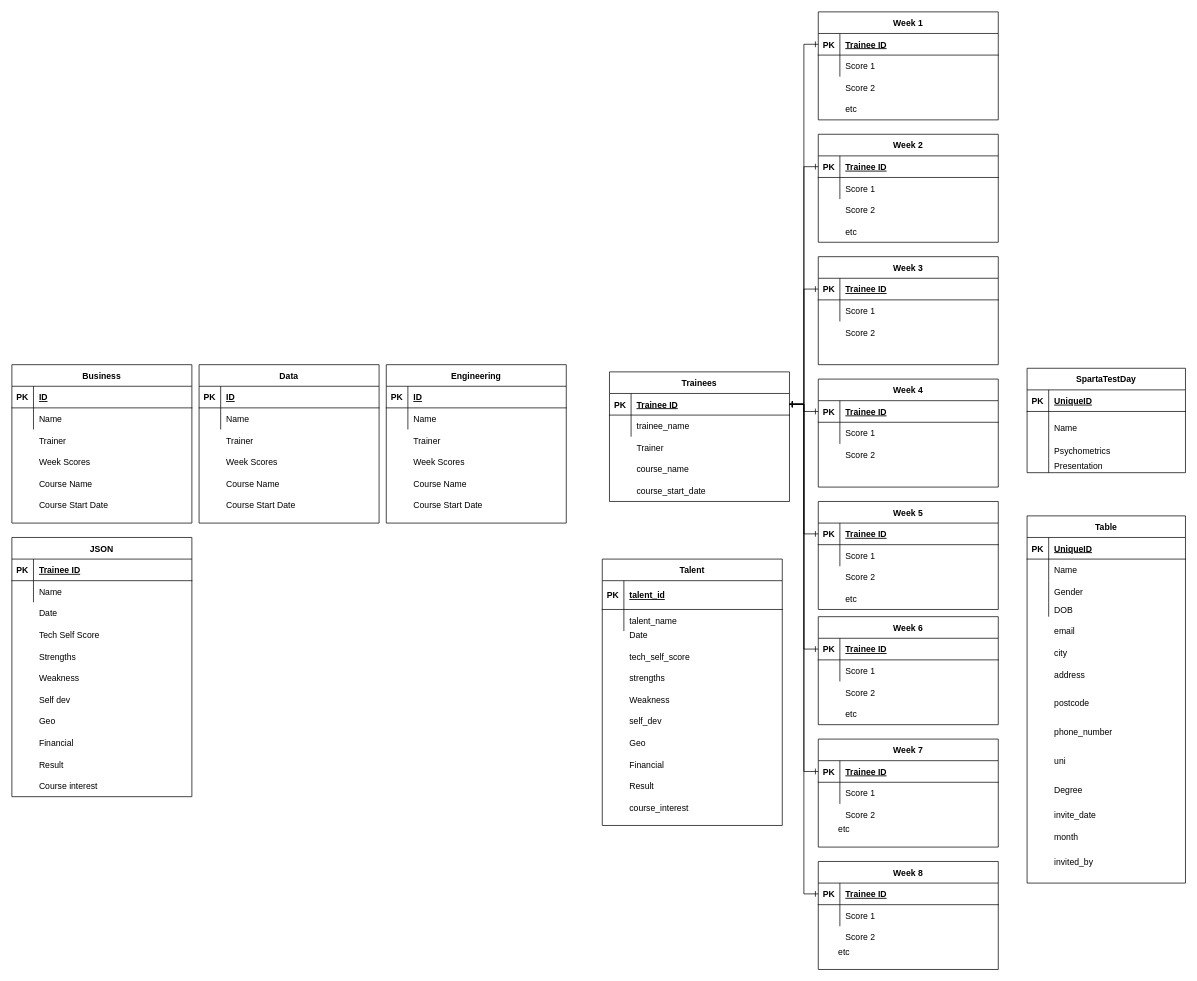
Above: Data_28_Group_2_ERD.drawio in Niam99/ETLpipeline (draw.io), before the change. Source tidied: cells renumbered, new cells numbered last; positions are measured from the earlier drawing's top-left corner, leaving out a move shared by most shapes. Both pictures are drawn from the tidied source at 72%, with x=0, y=0 at pixel (12, 12).
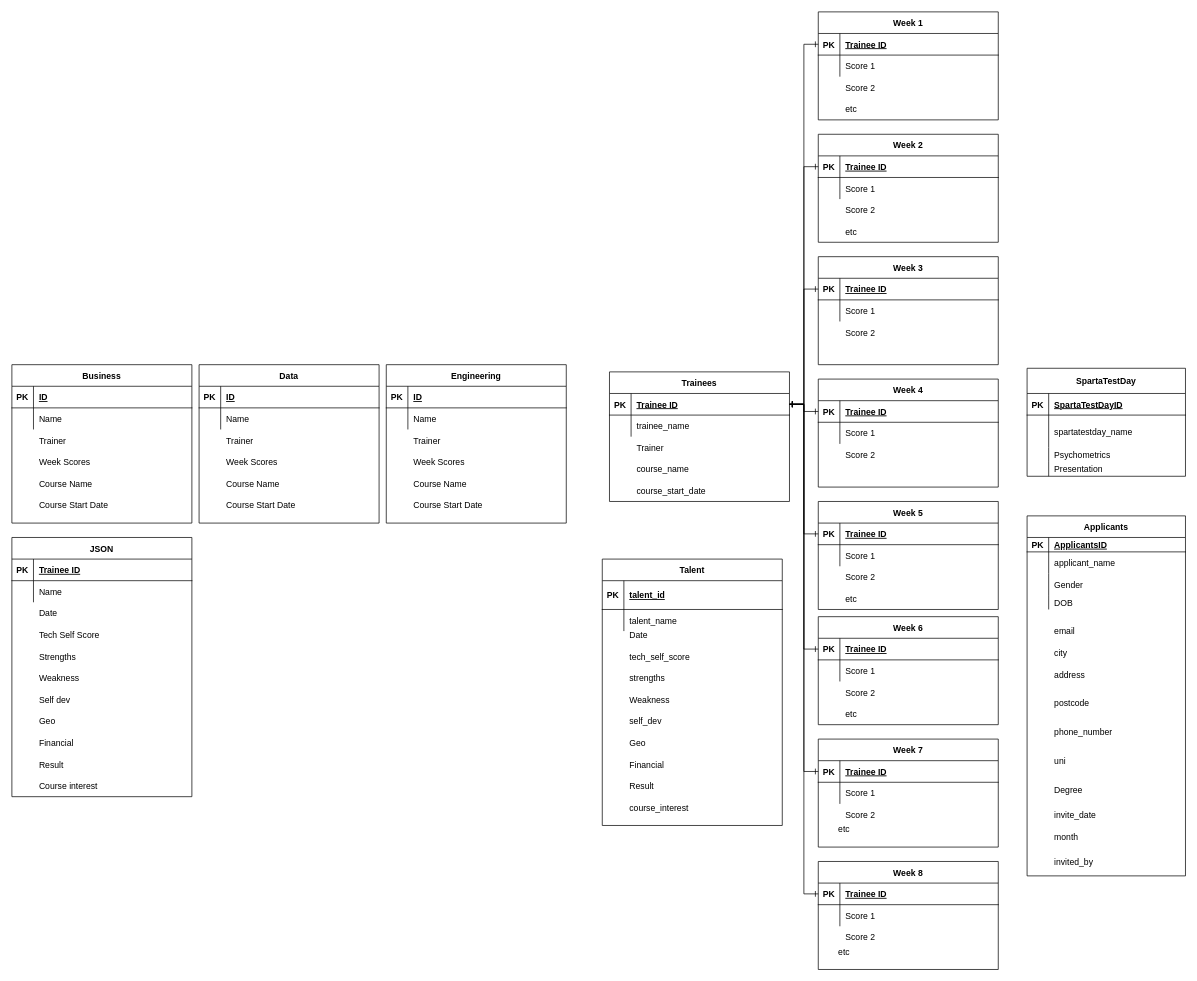
The same diagram, later.

Diff of the diagram source:
```diff
@@
-    <mxCell id="212" value="SpartaTestDay" style="shape=table;startSize=30;childLayout=tableLayout;rowLines=0;fontStyle=1;align=center;" parent="1" vertex="1">
-      <mxGeometry x="1410" y="495" width="220" height="145" as="geometry" />
+    <mxCell id="212" value="SpartaTestDay" style="shape=table;startSize=35;childLayout=tableLayout;rowLines=0;fontStyle=1;align=center;" parent="1" vertex="1">
+      <mxGeometry x="1410" y="495" width="220" height="150" as="geometry" />
     </mxCell>
     <mxCell id="213" style="shape=tableRow;horizontal=0;startSize=0;swimlaneHead=0;swimlaneBody=0;fillColor=none;top=0;left=0;right=0;bottom=1;" parent="212" vertex="1">
-      <mxGeometry y="30" width="220" height="30" as="geometry" />
+      <mxGeometry y="35" width="220" height="30" as="geometry" />
     </mxCell>
@@
-    <mxCell id="215" value="UniqueID" style="shape=partialRectangle;fillColor=none;top=0;left=0;bottom=0;right=0;align=left;spacingLeft=6;fontStyle=5;overflow=hidden;" parent="213" vertex="1">
+    <mxCell id="215" value="SpartaTestDayID" style="shape=partialRectangle;fillColor=none;top=0;left=0;bottom=0;right=0;align=left;spacingLeft=6;fontStyle=5;overflow=hidden;" parent="213" vertex="1">
       <mxGeometry x="30" width="190" height="30" as="geometry" />
     </mxCell>
     <mxCell id="216" style="shape=tableRow;horizontal=0;startSize=0;swimlaneHead=0;swimlaneBody=0;fillColor=none;top=0;left=0;right=0;bottom=0;" parent="212" vertex="1">
-      <mxGeometry y="60" width="220" height="45" as="geometry" />
+      <mxGeometry y="65" width="220" height="45" as="geometry" />
     </mxCell>
@@
-    <mxCell id="218" value="Name" style="shape=partialRectangle;fillColor=none;top=0;left=0;bottom=0;right=0;align=left;spacingLeft=6;overflow=hidden;" parent="216" vertex="1">
+    <mxCell id="218" value="spartatestday_name" style="shape=partialRectangle;fillColor=none;top=0;left=0;bottom=0;right=0;align=left;spacingLeft=6;overflow=hidden;" parent="216" vertex="1">
       <mxGeometry x="30" width="190" height="45" as="geometry" />
     </mxCell>
     <mxCell id="219" style="shape=tableRow;horizontal=0;startSize=0;swimlaneHead=0;swimlaneBody=0;fillColor=none;top=0;left=0;right=0;bottom=0;" parent="212" vertex="1">
-      <mxGeometry y="105" width="220" height="20" as="geometry" />
+      <mxGeometry y="110" width="220" height="20" as="geometry" />
     </mxCell>
@@
     <mxCell id="222" style="shape=tableRow;horizontal=0;startSize=0;swimlaneHead=0;swimlaneBody=0;fillColor=none;top=0;left=0;right=0;bottom=0;" parent="212" vertex="1">
-      <mxGeometry y="125" width="220" height="20" as="geometry" />
+      <mxGeometry y="130" width="220" height="20" as="geometry" />
     </mxCell>
@@
-    <mxCell id="225" value="Table" style="shape=table;startSize=30;childLayout=tableLayout;rowLines=0;fontStyle=1;align=center;" parent="1" vertex="1">
-      <mxGeometry x="1410" y="700" width="220" height="510" as="geometry" />
+    <mxCell id="225" value="Applicants" style="shape=table;startSize=30;childLayout=tableLayout;rowLines=0;fontStyle=1;align=center;" parent="1" vertex="1">
+      <mxGeometry x="1410" y="700" width="220" height="500" as="geometry" />
     </mxCell>
     <mxCell id="226" style="shape=tableRow;horizontal=0;startSize=0;swimlaneHead=0;swimlaneBody=0;fillColor=none;top=0;left=0;right=0;bottom=1;" parent="225" vertex="1">
-      <mxGeometry y="30" width="220" height="30" as="geometry" />
+      <mxGeometry y="30" width="220" height="20" as="geometry" />
     </mxCell>
     <mxCell id="227" value="PK" style="shape=partialRectangle;fillColor=none;top=0;left=0;bottom=0;right=0;fontStyle=1;overflow=hidden;" parent="226" vertex="1">
-      <mxGeometry width="30" height="30" as="geometry" />
+      <mxGeometry width="30" height="20" as="geometry" />
     </mxCell>
-    <mxCell id="228" value="UniqueID" style="shape=partialRectangle;fillColor=none;top=0;left=0;bottom=0;right=0;align=left;spacingLeft=6;fontStyle=5;overflow=hidden;" parent="226" vertex="1">
-      <mxGeometry x="30" width="190" height="30" as="geometry" />
+    <mxCell id="228" value="ApplicantsID" style="shape=partialRectangle;fillColor=none;top=0;left=0;bottom=0;right=0;align=left;spacingLeft=6;fontStyle=5;overflow=hidden;" parent="226" vertex="1">
+      <mxGeometry x="30" width="190" height="20" as="geometry" />
     </mxCell>
     <mxCell id="229" style="shape=tableRow;horizontal=0;startSize=0;swimlaneHead=0;swimlaneBody=0;fillColor=none;top=0;left=0;right=0;bottom=0;" parent="225" vertex="1">
-      <mxGeometry y="60" width="220" height="30" as="geometry" />
+      <mxGeometry y="50" width="220" height="30" as="geometry" />
     </mxCell>
@@
-    <mxCell id="231" value="Name" style="shape=partialRectangle;fillColor=none;top=0;left=0;bottom=0;right=0;align=left;spacingLeft=6;overflow=hidden;" parent="229" vertex="1">
+    <mxCell id="231" value="applicant_name" style="shape=partialRectangle;fillColor=none;top=0;left=0;bottom=0;right=0;align=left;spacingLeft=6;overflow=hidden;" parent="229" vertex="1">
       <mxGeometry x="30" width="190" height="30" as="geometry" />
     </mxCell>
     <mxCell id="232" style="shape=tableRow;horizontal=0;startSize=0;swimlaneHead=0;swimlaneBody=0;fillColor=none;top=0;left=0;right=0;bottom=0;" parent="225" vertex="1">
-      <mxGeometry y="90" width="220" height="30" as="geometry" />
+      <mxGeometry y="80" width="220" height="30" as="geometry" />
     </mxCell>
@@
     <mxCell id="235" style="shape=tableRow;horizontal=0;startSize=0;swimlaneHead=0;swimlaneBody=0;fillColor=none;top=0;left=0;right=0;bottom=0;" parent="225" vertex="1">
-      <mxGeometry y="120" width="220" height="20" as="geometry" />
+      <mxGeometry y="110" width="220" height="20" as="geometry" />
     </mxCell>
```
